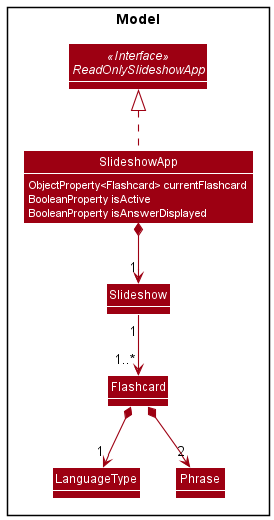
Earlier version of the PlantUML export docs/images/SlideshowAppClassDiagram.png (sharmainec/tp).
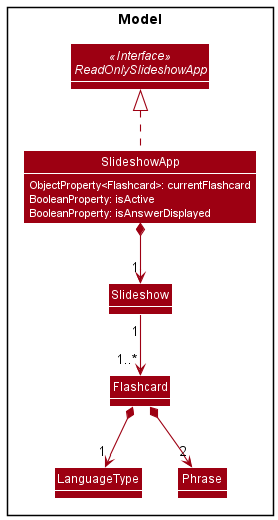
Above is the later version.

Commit message:
Update Slideshow diagrams

Diff of the diagram source:
```diff
@@ -13,9 +13,9 @@
 Package Model <<Rectangle>>{
     Interface ReadOnlySlideshowApp <<Interface>>
     Class SlideshowApp {
-        ObjectProperty<Flashcard> currentFlashcard
-        BooleanProperty isActive
-        BooleanProperty isAnswerDisplayed
+        ObjectProperty<Flashcard>: currentFlashcard
+        BooleanProperty: isActive
+        BooleanProperty: isAnswerDisplayed
     }
     Class Slideshow
     Class Flashcard
```
